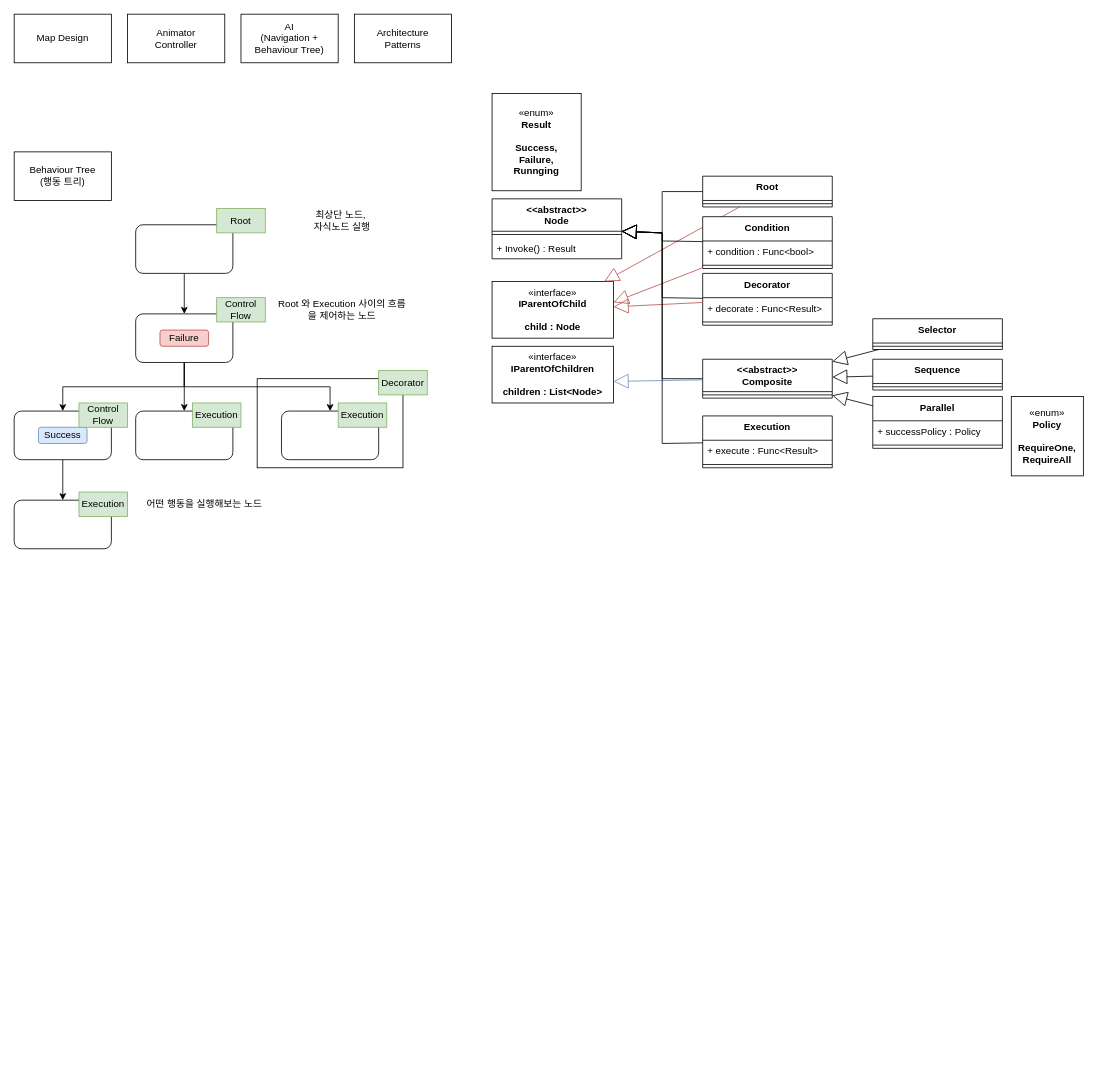
luke-youngmin-cho/UnityEngineBasic_9th keeps this draw.io diagram as RPG3D/RPG3DConcept.drawio. Above is the earlier version. Source tidied: cells renumbered, new cells numbered last; positions are measured from the earlier drawing's top-left corner, leaving out a move shared by most shapes. Both pictures are drawn from the tidied source at 81%, with x=0, y=0 at pixel (14, 14).
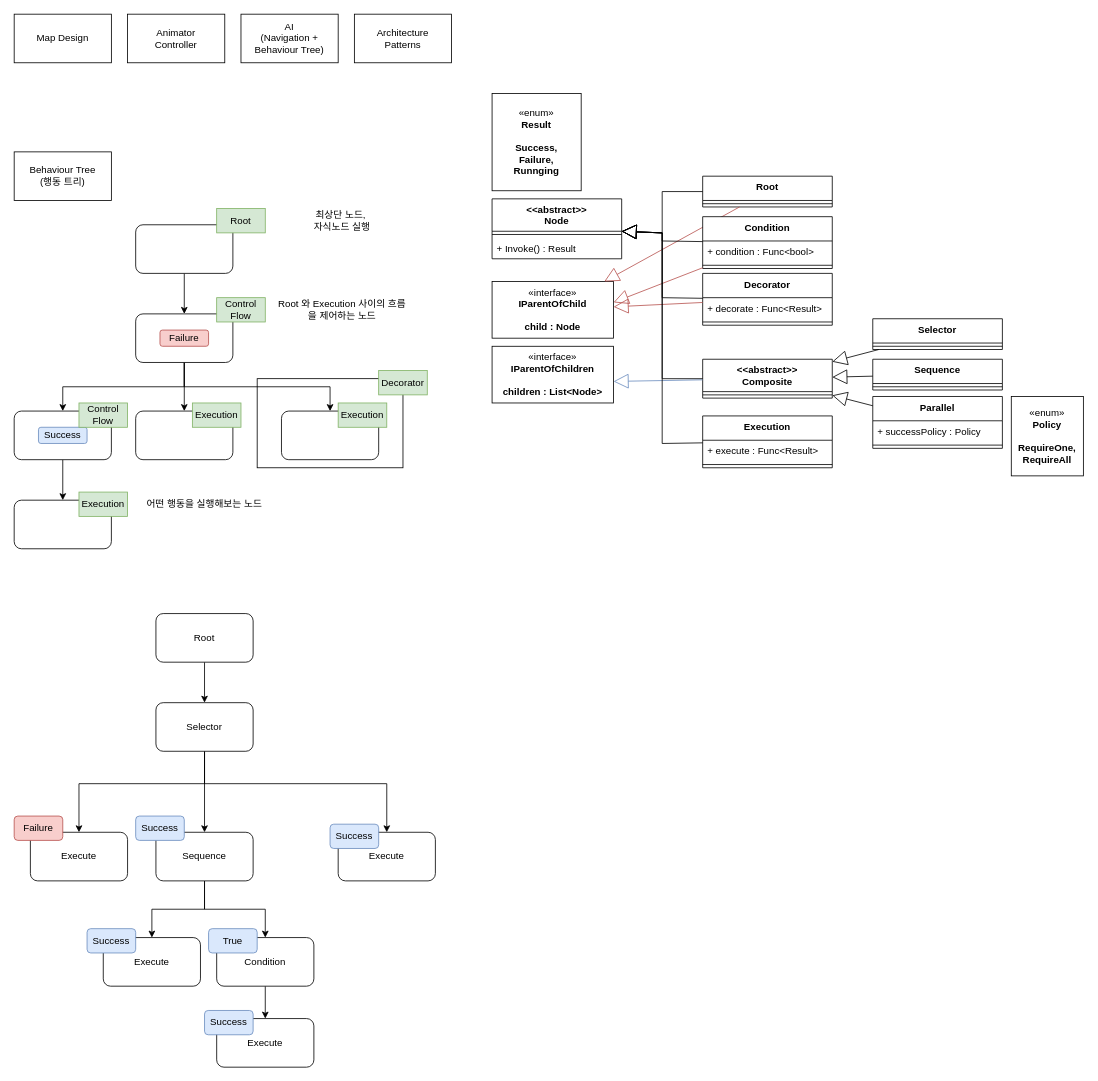
The same diagram, later.

Diff of the diagram source:
```diff
@@
+    <mxCell id="70" style="edgeStyle=orthogonalEdgeStyle;rounded=0;jettySize=auto;html=1;" parent="1" edge="1" source="71" target="75">
+      <mxGeometry relative="1" as="geometry" />
+    </mxCell>
+    <mxCell id="71" value="Root" style="rounded=1;whiteSpace=wrap;html=1;" parent="1" vertex="1">
+      <mxGeometry x="175" y="740" width="120" height="60" as="geometry" />
+    </mxCell>
+    <mxCell id="72" style="edgeStyle=orthogonalEdgeStyle;rounded=0;jettySize=auto;html=1;" parent="1" edge="1" source="75" target="76">
+      <mxGeometry relative="1" as="geometry">
+        <Array as="points">
+          <mxPoint x="235" y="950" />
+          <mxPoint x="80" y="950" />
+        </Array>
+      </mxGeometry>
+    </mxCell>
+    <mxCell id="73" style="edgeStyle=orthogonalEdgeStyle;rounded=0;jettySize=auto;html=1;" parent="1" edge="1" source="75" target="79">
+      <mxGeometry relative="1" as="geometry" />
+    </mxCell>
+    <mxCell id="74" style="edgeStyle=orthogonalEdgeStyle;rounded=0;jettySize=auto;html=1;" parent="1" edge="1" source="75" target="84">
+      <mxGeometry relative="1" as="geometry">
+        <Array as="points">
+          <mxPoint x="235" y="950" />
+          <mxPoint x="460" y="950" />
+        </Array>
+      </mxGeometry>
+    </mxCell>
+    <mxCell id="75" value="Selector" style="rounded=1;whiteSpace=wrap;html=1;" parent="1" vertex="1">
+      <mxGeometry x="175" y="850" width="120" height="60" as="geometry" />
+    </mxCell>
+    <mxCell id="76" value="Execute" style="rounded=1;whiteSpace=wrap;html=1;" parent="1" vertex="1">
+      <mxGeometry x="20" y="1010" width="120" height="60" as="geometry" />
+    </mxCell>
+    <mxCell id="77" style="edgeStyle=orthogonalEdgeStyle;rounded=0;jettySize=auto;html=1;" parent="1" edge="1" source="79" target="80">
+      <mxGeometry relative="1" as="geometry" />
+    </mxCell>
+    <mxCell id="78" style="edgeStyle=orthogonalEdgeStyle;rounded=0;jettySize=auto;html=1;" parent="1" edge="1" source="79" target="82">
+      <mxGeometry relative="1" as="geometry" />
+    </mxCell>
+    <mxCell id="79" value="Sequence" style="rounded=1;whiteSpace=wrap;html=1;" parent="1" vertex="1">
+      <mxGeometry x="175" y="1010" width="120" height="60" as="geometry" />
+    </mxCell>
+    <mxCell id="80" value="Execute" style="rounded=1;whiteSpace=wrap;html=1;" parent="1" vertex="1">
+      <mxGeometry x="110" y="1140" width="120" height="60" as="geometry" />
+    </mxCell>
+    <mxCell id="81" style="edgeStyle=orthogonalEdgeStyle;rounded=0;jettySize=auto;html=1;entryX=0.5;entryY=0;entryDx=0;entryDy=0;" parent="1" edge="1" source="82" target="83">
+      <mxGeometry relative="1" as="geometry" />
+    </mxCell>
+    <mxCell id="82" value="Condition" style="rounded=1;whiteSpace=wrap;html=1;" parent="1" vertex="1">
+      <mxGeometry x="250" y="1140" width="120" height="60" as="geometry" />
+    </mxCell>
+    <mxCell id="83" value="Execute" style="rounded=1;whiteSpace=wrap;html=1;" parent="1" vertex="1">
+      <mxGeometry x="250" y="1240" width="120" height="60" as="geometry" />
+    </mxCell>
+    <mxCell id="84" value="Execute" style="rounded=1;whiteSpace=wrap;html=1;" parent="1" vertex="1">
+      <mxGeometry x="400" y="1010" width="120" height="60" as="geometry" />
+    </mxCell>
+    <mxCell id="85" value="Failure" style="rounded=1;whiteSpace=wrap;html=1;fillColor=#f8cecc;strokeColor=#b85450;" parent="1" vertex="1">
+      <mxGeometry y="990" width="60" height="30" as="geometry" />
+    </mxCell>
+    <mxCell id="86" value="Success" style="rounded=1;whiteSpace=wrap;html=1;fillColor=#dae8fc;strokeColor=#6c8ebf;" parent="1" vertex="1">
+      <mxGeometry x="90" y="1129" width="60" height="30" as="geometry" />
+    </mxCell>
+    <mxCell id="87" value="True" style="rounded=1;whiteSpace=wrap;html=1;fillColor=#dae8fc;strokeColor=#6c8ebf;" parent="1" vertex="1">
+      <mxGeometry x="240" y="1129" width="60" height="30" as="geometry" />
+    </mxCell>
+    <mxCell id="88" value="Success" style="rounded=1;whiteSpace=wrap;html=1;fillColor=#dae8fc;strokeColor=#6c8ebf;" parent="1" vertex="1">
+      <mxGeometry x="235" y="1230" width="60" height="30" as="geometry" />
+    </mxCell>
+    <mxCell id="89" value="Success" style="rounded=1;whiteSpace=wrap;html=1;fillColor=#dae8fc;strokeColor=#6c8ebf;" parent="1" vertex="1">
+      <mxGeometry x="390" y="1000" width="60" height="30" as="geometry" />
+    </mxCell>
+    <mxCell id="90" value="Success" style="rounded=1;whiteSpace=wrap;html=1;fillColor=#dae8fc;strokeColor=#6c8ebf;" parent="1" vertex="1">
+      <mxGeometry x="150" y="990" width="60" height="30" as="geometry" />
+    </mxCell>
```
